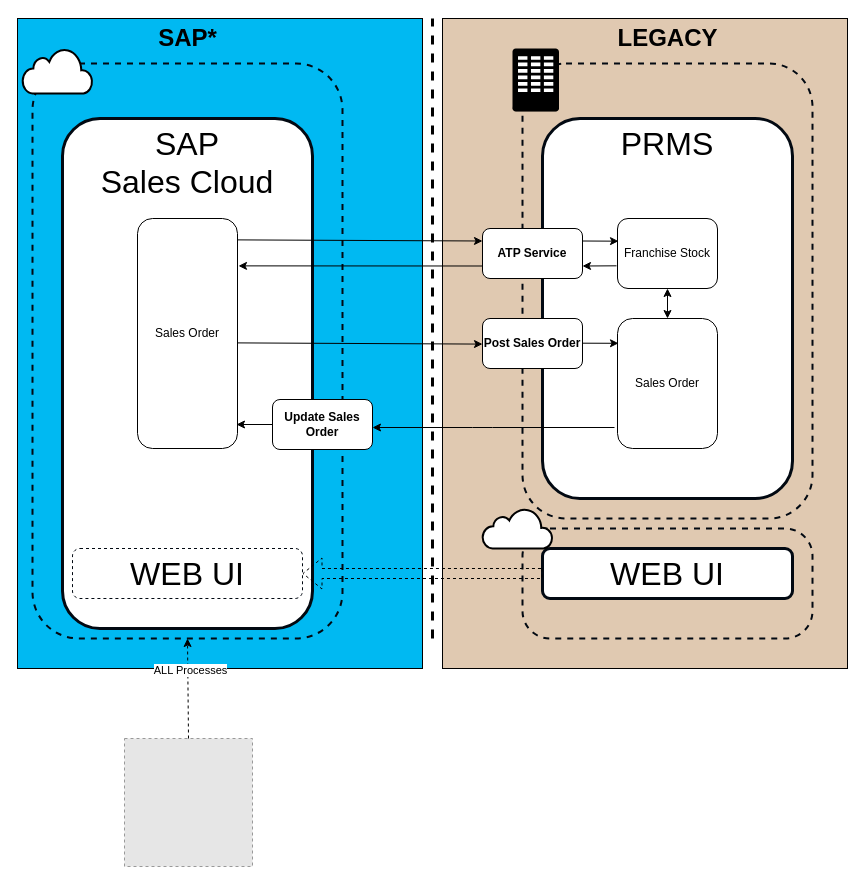
The draw.io diagram page "Option 3b - Web PRMS" (6 of 6) of Franchise.drawio in mrf742002/Diagrams, before the edit. Source tidied: cells renumbered, new cells numbered last; positions are measured from the earlier drawing's top-left corner, leaving out a move shared by most shapes. Both pictures are drawn from the tidied source at 100%, with x=0, y=0 at pixel (17, 18). Pictures stored in the file or linked from it are replaced by grey dashed boxes.
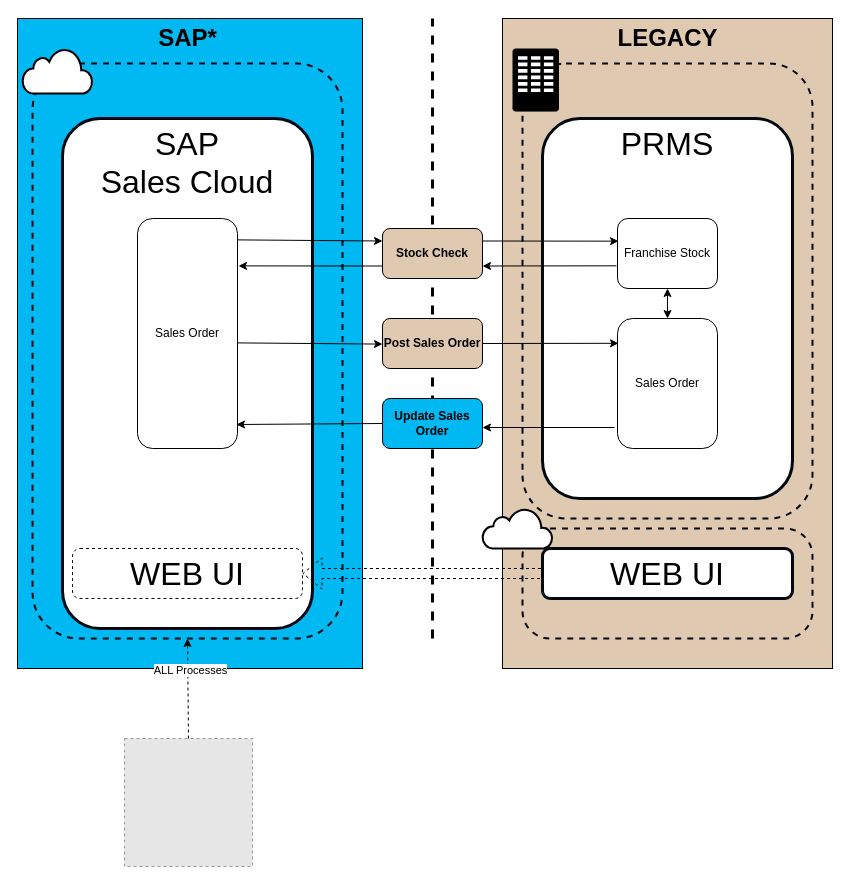
Above is the later version.

The edit, as a diff of the source:
```diff
@@
+    <mxCell id="24" style="endArrow=none;dashed=1;html=1;strokeWidth=3;" parent="1" edge="1">
+      <mxGeometry relative="1" as="geometry">
+        <mxPoint x="415" y="620" as="sourcePoint" />
+        <mxPoint x="415" as="targetPoint" />
+      </mxGeometry>
+    </mxCell>
     <mxCell id="2" style="rounded=0;whiteSpace=wrap;html=1;fillColor=#E0C9B1;" parent="1" vertex="1">
-      <mxGeometry x="425" width="405" height="650" as="geometry" />
+      <mxGeometry x="485" width="330" height="650" as="geometry" />
     </mxCell>
     <mxCell id="3" style="rounded=0;whiteSpace=wrap;html=1;fillColor=#00B9F2;" parent="1" vertex="1">
-      <mxGeometry width="405" height="650" as="geometry" />
+      <mxGeometry width="345" height="650" as="geometry" />
     </mxCell>
@@
-    <mxCell id="11" value="Update Sales Order" style="rounded=1;whiteSpace=wrap;html=1;fontStyle=1;" parent="1" vertex="1">
-      <mxGeometry x="255" y="381" width="100" height="50" as="geometry" />
-    </mxCell>
-    <mxCell id="12" value="Post Sales Order" style="rounded=1;whiteSpace=wrap;html=1;fontStyle=1;" parent="1" vertex="1">
-      <mxGeometry x="465" y="300" width="100" height="50" as="geometry" />
+    <mxCell id="12" value="Post Sales Order" style="rounded=1;whiteSpace=wrap;html=1;fontStyle=1;fillColor=#E0C9B1;" parent="1" vertex="1">
+      <mxGeometry x="365" y="300" width="100" height="50" as="geometry" />
     </mxCell>
@@
-    <mxCell id="14" value="ATP Service" style="rounded=1;whiteSpace=wrap;html=1;fontStyle=1;" parent="1" vertex="1">
-      <mxGeometry x="465" y="210" width="100" height="50" as="geometry" />
+    <mxCell id="14" value="Stock Check" style="rounded=1;whiteSpace=wrap;html=1;fontStyle=1;fillColor=#E0C9B1;" parent="1" vertex="1">
+      <mxGeometry x="365" y="210" width="100" height="50" as="geometry" />
     </mxCell>
@@
-    <mxCell id="19" style="endArrow=classic;html=1;entryX=0;entryY=0.25;entryDx=0;entryDy=0;exitX=0.997;exitY=0.093;exitDx=0;exitDy=0;exitPerimeter=0;" parent="1" edge="1">
-      <mxGeometry relative="1" as="geometry">
-        <mxPoint x="219.7" y="324.4" as="sourcePoint" />
-        <mxPoint x="465" y="325.6" as="targetPoint" />
-      </mxGeometry>
-    </mxCell>
-    <mxCell id="20" style="endArrow=classic;html=1;exitX=1;exitY=0.25;exitDx=0;exitDy=0;entryX=0.01;entryY=0.324;entryDx=0;entryDy=0;entryPerimeter=0;" parent="1" edge="1">
+    <mxCell id="20" style="endArrow=classic;html=1;exitX=1;exitY=0.5;exitDx=0;exitDy=0;entryX=0.01;entryY=0.324;entryDx=0;entryDy=0;entryPerimeter=0;" parent="1" edge="1" source="12">
       <mxGeometry relative="1" as="geometry">
-        <mxPoint x="565" y="324.7" as="sourcePoint" />
         <mxPoint x="601" y="324.8" as="targetPoint" />
       </mxGeometry>
     </mxCell>
@@
-    <mxCell id="22" style="endArrow=classic;html=1;" parent="1" edge="1">
-      <mxGeometry relative="1" as="geometry">
-        <mxPoint x="597" y="409" as="sourcePoint" />
-        <mxPoint x="355" y="409" as="targetPoint" />
-        <Array as="points">
-          <mxPoint x="465" y="409" />
-        </Array>
-      </mxGeometry>
-    </mxCell>
@@
-    <mxCell id="24" style="endArrow=none;dashed=1;html=1;strokeWidth=3;" parent="1" edge="1">
-      <mxGeometry relative="1" as="geometry">
-        <mxPoint x="415" y="620" as="sourcePoint" />
-        <mxPoint x="415" as="targetPoint" />
-      </mxGeometry>
-    </mxCell>
@@
+    <mxCell id="11" value="Update Sales Order" style="rounded=1;whiteSpace=wrap;html=1;fontStyle=1;fillColor=#00B9F2;" parent="1" vertex="1">
+      <mxGeometry x="365" y="380" width="100" height="50" as="geometry" />
+    </mxCell>
+    <mxCell id="36" style="endArrow=classic;html=1;startArrow=none;startFill=0;endFill=1;" parent="1" edge="1" target="11">
+      <mxGeometry relative="1" as="geometry">
+        <mxPoint x="597" y="409" as="sourcePoint" />
+        <Array as="points">
+          <mxPoint x="465" y="409" />
+        </Array>
+      </mxGeometry>
+    </mxCell>
+    <mxCell id="37" style="endArrow=classic;html=1;entryX=0;entryY=0.25;entryDx=0;entryDy=0;exitX=0.997;exitY=0.093;exitDx=0;exitDy=0;exitPerimeter=0;" parent="1" edge="1">
+      <mxGeometry relative="1" as="geometry">
+        <mxPoint x="219.7" y="324.4" as="sourcePoint" />
+        <mxPoint x="365" y="325.6" as="targetPoint" />
+      </mxGeometry>
+    </mxCell>
```
